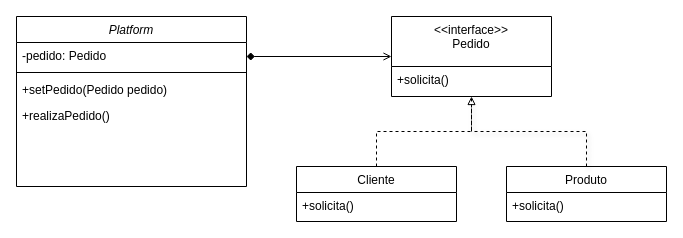
This is Engenharia III/Strategy/Strategy I/Diagram/Stategy.drawio from New-Tomorrow/Bertoti, a draw.io file, before an edit. Source tidied: cells renumbered, new cells numbered last; positions are measured from the earlier drawing's top-left corner, leaving out a move shared by most shapes. Both pictures are drawn from the tidied source at 100%, with x=0, y=0 at pixel (16, 16).
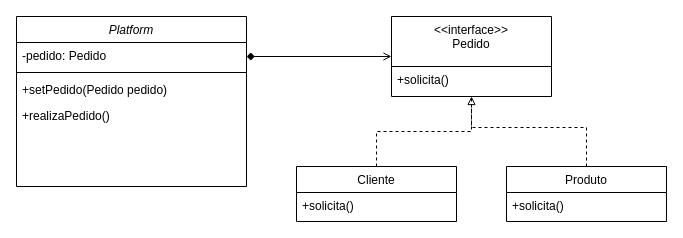
The same diagram, later.

Change to the diagram source:
```diff
@@
 <mxGraphModel>
   <root>
     <mxCell id="0" />
     <mxCell id="1" parent="0" />
     <mxCell id="2" value="Platform" style="swimlane;fontStyle=2;align=center;verticalAlign=top;horizontal=1;startSize=26;rounded=0;shadow=0;strokeWidth=1;" parent="1" vertex="1">
       <mxGeometry width="230" height="170" as="geometry" />
     </mxCell>
     <mxCell id="3" value="-pedido: Pedido " style="text;align=left;verticalAlign=top;spacingLeft=4;spacingRight=4;overflow=hidden;" parent="2" vertex="1">
       <mxGeometry y="26" width="230" height="26" as="geometry" />
     </mxCell>
     <mxCell id="4" style="line;html=1;strokeWidth=1;align=left;verticalAlign=middle;spacingTop=-1;spacingLeft=3;spacingRight=3;labelPosition=right;" parent="2" vertex="1">
       <mxGeometry y="52" width="230" height="8" as="geometry" />
     </mxCell>
     <mxCell id="5" value="+setPedido(Pedido pedido)" style="text;align=left;verticalAlign=top;spacingLeft=4;spacingRight=4;overflow=hidden;" parent="2" vertex="1">
       <mxGeometry y="60" width="230" height="26" as="geometry" />
     </mxCell>
     <mxCell id="6" value="+realizaPedido()" style="text;align=left;verticalAlign=top;spacingLeft=4;spacingRight=4;overflow=hidden;" parent="2" vertex="1">
       <mxGeometry y="86" width="230" height="26" as="geometry" />
     </mxCell>
     <mxCell id="7" style="edgeStyle=orthogonalEdgeStyle;rounded=0;jettySize=auto;html=1;entryX=0.5;entryY=1;entryDx=0;entryDy=0;dashed=1;endArrow=block;endFill=0;" parent="1" edge="1" source="8" target="10">
       <mxGeometry relative="1" as="geometry" />
     </mxCell>
     <mxCell id="8" value="Cliente" style="swimlane;fontStyle=0;align=center;verticalAlign=top;horizontal=1;startSize=26;rounded=0;shadow=0;strokeWidth=1;" parent="1" vertex="1">
       <mxGeometry x="280" y="150" width="160" height="55" as="geometry" />
     </mxCell>
     <mxCell id="9" value="+solicita()" style="text;align=left;verticalAlign=top;spacingLeft=4;spacingRight=4;overflow=hidden;rounded=0;shadow=0;html=0;" parent="8" vertex="1">
       <mxGeometry y="26" width="160" height="26" as="geometry" />
     </mxCell>
     <mxCell id="10" value="&lt;&lt;interface&gt;&gt;&#10;Pedido" style="swimlane;fontStyle=0;align=center;verticalAlign=top;horizontal=1;startSize=50;rounded=0;shadow=0;strokeWidth=1;" parent="1" vertex="1">
       <mxGeometry x="375" width="160" height="80" as="geometry" />
     </mxCell>
     <mxCell id="11" value="+solicita()" style="text;align=left;verticalAlign=top;spacingLeft=4;spacingRight=4;overflow=hidden;rounded=0;shadow=0;html=0;" parent="10" vertex="1">
       <mxGeometry y="50" width="160" height="26" as="geometry" />
     </mxCell>
     <mxCell id="12" style="endArrow=open;shadow=0;strokeWidth=1;rounded=0;endFill=0;edgeStyle=elbowEdgeStyle;elbow=vertical;startArrow=diamond;startFill=1;targetPerimeterSpacing=0;sourcePerimeterSpacing=0;jumpSize=12;" parent="1" edge="1" source="2" target="10">
       <mxGeometry x="0.5" y="41" relative="1" as="geometry">
         <mxPoint x="-40" y="32" as="offset" />
       </mxGeometry>
     </mxCell>
     <mxCell id="13" value="Produto" style="swimlane;fontStyle=0;align=center;verticalAlign=top;horizontal=1;startSize=26;rounded=0;shadow=0;strokeWidth=1;" parent="1" vertex="1">
       <mxGeometry x="490" y="150" width="160" height="55" as="geometry" />
     </mxCell>
     <mxCell id="14" value="+solicita()" style="text;align=left;verticalAlign=top;spacingLeft=4;spacingRight=4;overflow=hidden;rounded=0;shadow=0;html=0;" parent="13" vertex="1">
       <mxGeometry y="26" width="160" height="26" as="geometry" />
     </mxCell>
-    <mxCell id="15" style="edgeStyle=orthogonalEdgeStyle;rounded=0;jettySize=auto;html=1;dashed=1;endArrow=none;endFill=0;exitX=0.5;exitY=0;exitDx=0;exitDy=0;shadow=1;entryX=0.5;entryY=1;entryDx=0;entryDy=0;" parent="1" edge="1" source="13" target="10">
+    <mxCell id="15" style="edgeStyle=orthogonalEdgeStyle;rounded=0;jettySize=auto;html=1;dashed=1;endArrow=none;endFill=0;exitX=0.5;exitY=0;exitDx=0;exitDy=0;shadow=0;entryX=0.5;entryY=1;entryDx=0;entryDy=0;" parent="1" edge="1" source="13" target="10">
       <mxGeometry relative="1" as="geometry">
         <Array as="points">
-          <mxPoint x="570" y="115" />
-          <mxPoint x="455" y="115" />
+          <mxPoint x="570" y="111" />
+          <mxPoint x="455" y="111" />
         </Array>
       </mxGeometry>
     </mxCell>
   </root>
 </mxGraphModel>
```
